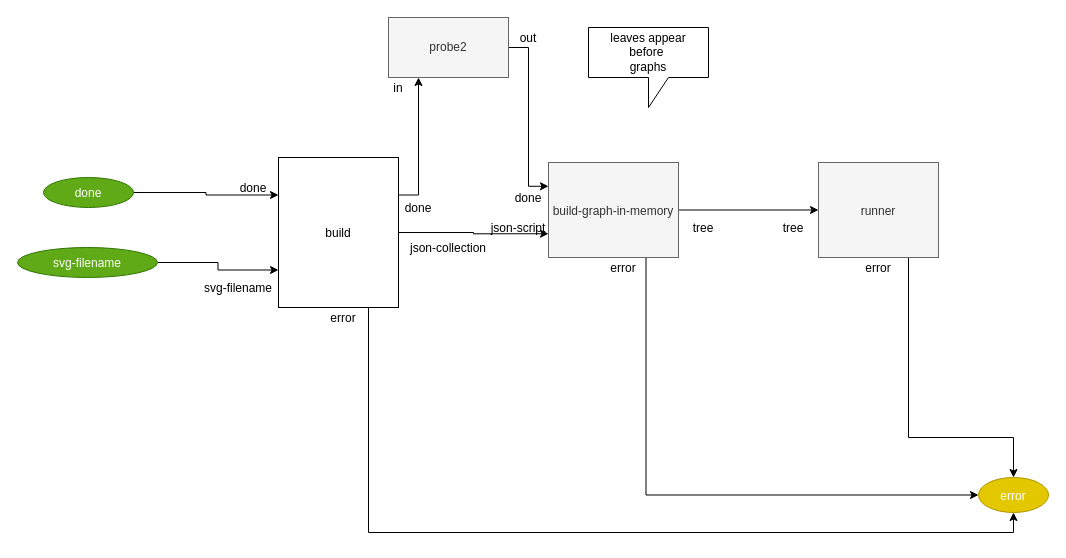
The draw.io diagram page "0. build-load-and-run" (1 of 5) of build_process/cl-build/build.drawio in bmfbp/bmfbp, before the edit. Source tidied: cells renumbered, new cells numbered last; positions are measured from the earlier drawing's top-left corner, leaving out a move shared by most shapes. Both pictures are drawn from the tidied source at 100%, with x=0, y=0 at pixel (17, 17).
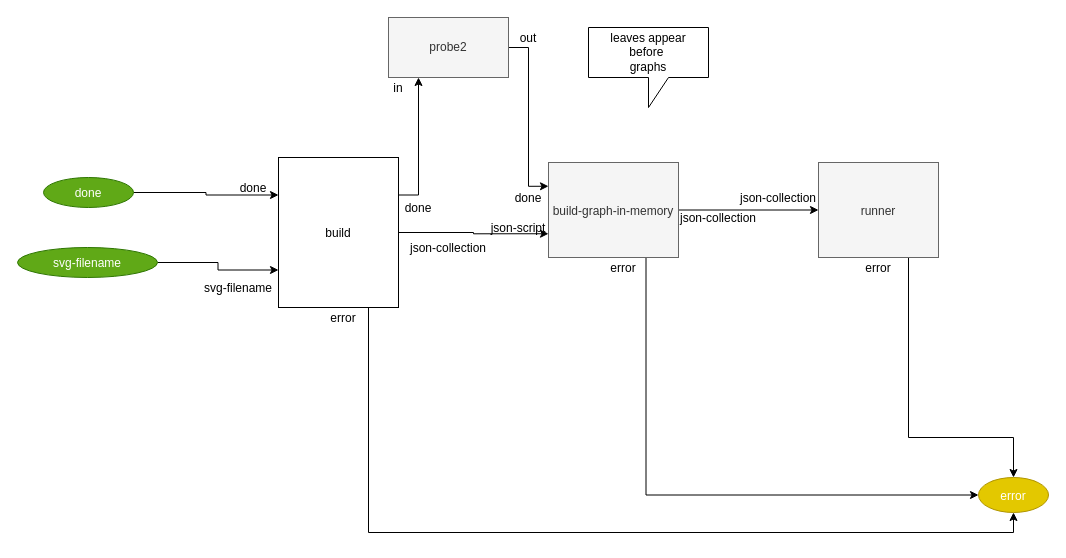
The same page after the edit.

Change to the diagram source:
```diff
@@
-    <mxCell id="21" value="tree" style="text;strokeColor=none;fillColor=none;align=center;verticalAlign=middle;rounded=0;" parent="1" vertex="1">
-      <mxGeometry x="661" y="200" width="50" height="20" as="geometry" />
+    <mxCell id="21" value="json-collection" style="text;strokeColor=none;fillColor=none;align=center;verticalAlign=middle;rounded=0;" parent="1" vertex="1">
+      <mxGeometry x="661" y="190" width="80" height="20" as="geometry" />
     </mxCell>
-    <mxCell id="22" value="tree" style="text;strokeColor=none;fillColor=none;align=center;verticalAlign=middle;rounded=0;" parent="1" vertex="1">
-      <mxGeometry x="751" y="200" width="50" height="20" as="geometry" />
-    </mxCell>
@@
+    <mxCell id="32" value="json-collection" style="text;strokeColor=none;fillColor=none;align=center;verticalAlign=middle;rounded=0;" parent="1" vertex="1">
+      <mxGeometry x="721" y="170" width="80" height="20" as="geometry" />
+    </mxCell>
```
